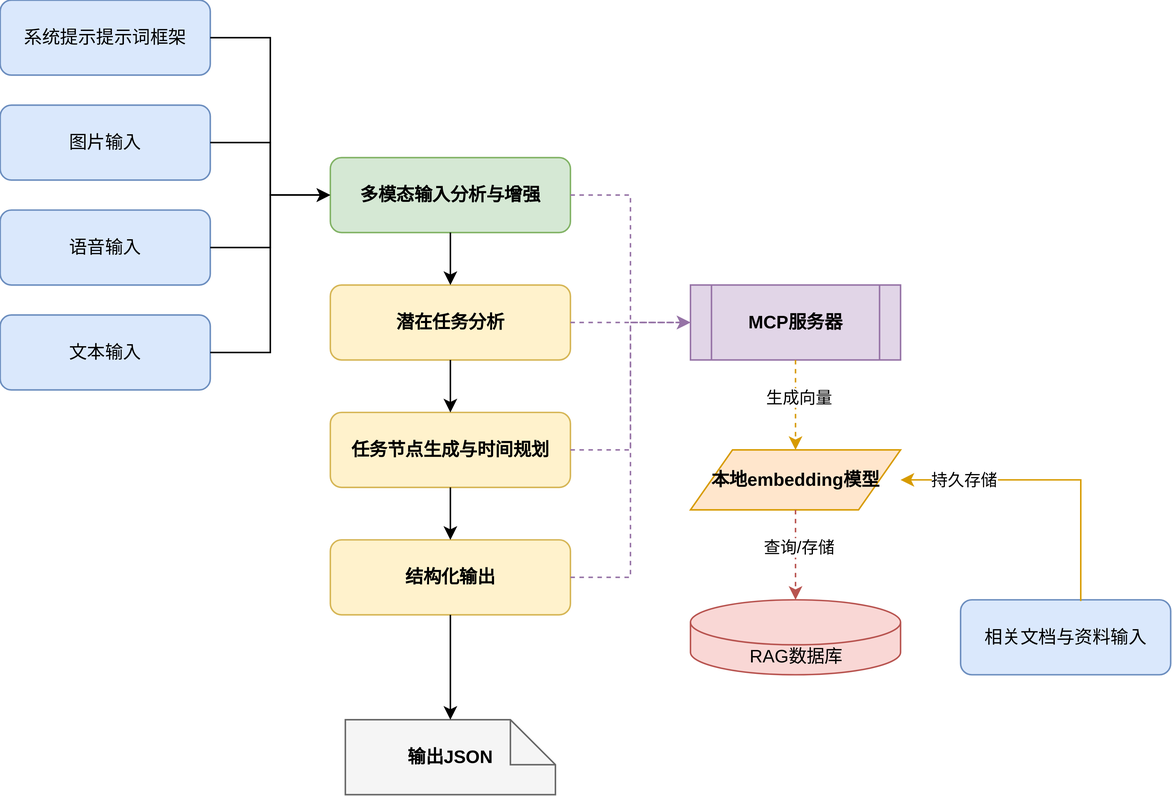
This is img/inferrence_workflow.drawio.svg from NautiPlan/NautiPlan, a draw.io export, as it was before one commit. Source tidied: cells renumbered, new cells last; positions are measured from the earlier drawing's top-left corner, leaving out a move shared by most shapes.
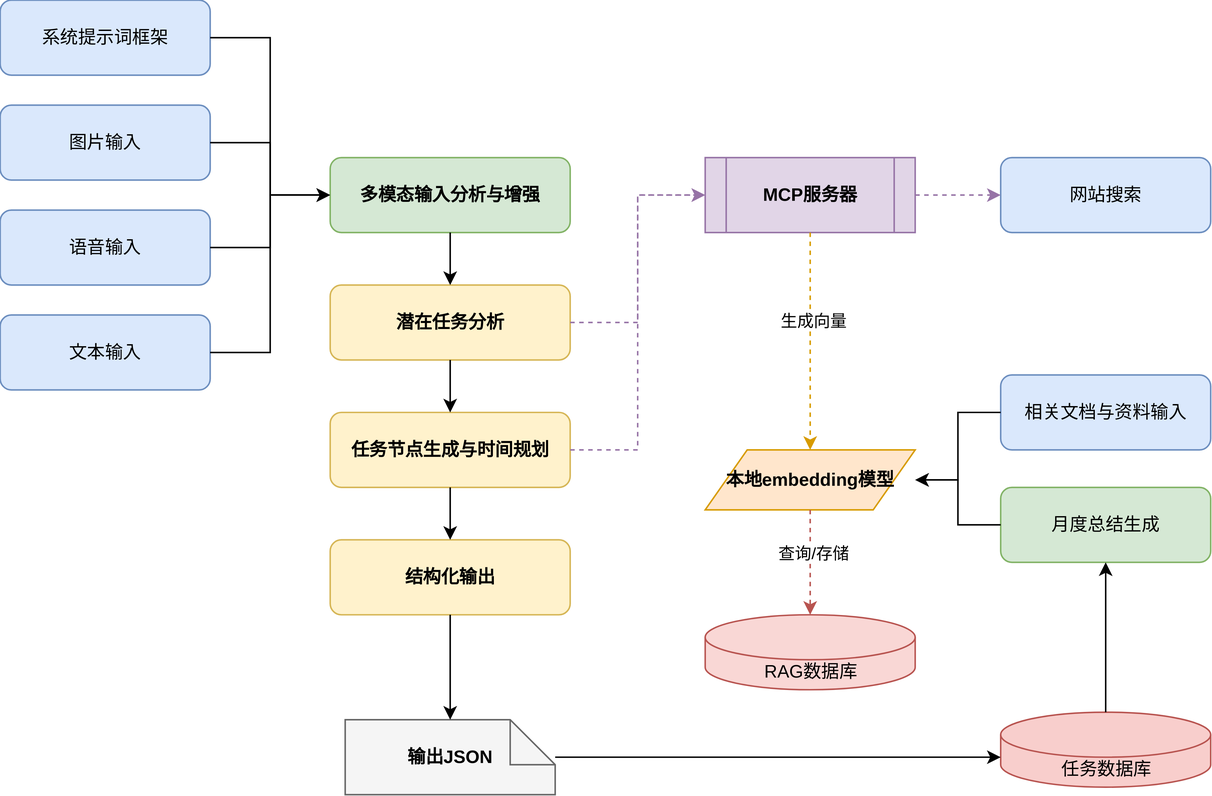
Above is the later version.

Commit message:
feat:修理AI工作流图

The edit, as a diff of the source:
```diff
@@ -2,7 +2,7 @@
   <root>
     <mxCell id="0" />
     <mxCell id="1" parent="0" />
-    <mxCell id="2" value="系统提示提示词框架" style="rounded=1;whiteSpace=wrap;html=1;fillColor=#dae8fc;strokeColor=#6c8ebf;" parent="1" vertex="1">
+    <mxCell id="2" value="系统提示词框架" style="rounded=1;whiteSpace=wrap;html=1;fillColor=#dae8fc;strokeColor=#6c8ebf;" parent="1" vertex="1">
       <mxGeometry width="140" height="50" as="geometry" />
     </mxCell>
     <mxCell id="3" value="图片输入" style="rounded=1;whiteSpace=wrap;html=1;fillColor=#dae8fc;strokeColor=#6c8ebf;" parent="1" vertex="1">
@@ -14,6 +14,12 @@
     <mxCell id="5" value="文本输入" style="rounded=1;whiteSpace=wrap;html=1;fillColor=#dae8fc;strokeColor=#6c8ebf;" parent="1" vertex="1">
       <mxGeometry y="210" width="140" height="50" as="geometry" />
     </mxCell>
+    <mxCell id="14" value="相关文档与资料输入" style="rounded=1;whiteSpace=wrap;html=1;fillColor=#dae8fc;strokeColor=#6c8ebf;" parent="1" vertex="1">
+      <mxGeometry x="667" y="250" width="140" height="50" as="geometry" />
+    </mxCell>
+    <mxCell id="33" value="网站搜索" style="rounded=1;whiteSpace=wrap;html=1;fillColor=#dae8fc;strokeColor=#6c8ebf;" parent="1" vertex="1">
+      <mxGeometry x="667" y="105" width="140" height="50" as="geometry" />
+    </mxCell>
     <mxCell id="6" value="多模态输入分析与增强" style="rounded=1;whiteSpace=wrap;html=1;fillColor=#d5e8d4;strokeColor=#82b366;fontStyle=1;" parent="1" vertex="1">
       <mxGeometry x="220" y="105" width="160" height="50" as="geometry" />
     </mxCell>
@@ -27,20 +33,23 @@
       <mxGeometry x="220" y="360" width="160" height="50" as="geometry" />
     </mxCell>
     <mxCell id="10" value="MCP服务器" style="shape=process;whiteSpace=wrap;html=1;fillColor=#e1d5e7;strokeColor=#9673a6;fontStyle=1;" parent="1" vertex="1">
-      <mxGeometry x="460" y="190" width="140" height="50" as="geometry" />
+      <mxGeometry x="470" y="105" width="140" height="50" as="geometry" />
     </mxCell>
     <mxCell id="11" value="本地embedding模型" style="shape=parallelogram;whiteSpace=wrap;html=1;fillColor=#ffe6cc;strokeColor=#d79b00;fontStyle=1;" parent="1" vertex="1">
-      <mxGeometry x="460" y="300" width="140" height="40" as="geometry" />
+      <mxGeometry x="470" y="300" width="140" height="40" as="geometry" />
     </mxCell>
     <mxCell id="12" value="RAG数据库" style="shape=cylinder3;whiteSpace=;html=1;boundedLbl=1;backgroundOutline=1;size=15;fillColor=#f8ceccce;strokeColor=#b85450;" parent="1" vertex="1">
-      <mxGeometry x="460" y="400" width="140" height="50" as="geometry" />
+      <mxGeometry x="470" y="410" width="140" height="50" as="geometry" />
     </mxCell>
     <mxCell id="13" value="输出JSON" style="shape=note;whiteSpace=wrap;html=1;fillColor=#f5f5f5;strokeColor=#666666;fontSize=12;fontStyle=1;" parent="1" vertex="1">
       <mxGeometry x="230" y="480" width="140" height="50" as="geometry" />
     </mxCell>
-    <mxCell id="14" value="相关文档与资料输入" style="rounded=1;whiteSpace=wrap;html=1;fillColor=#dae8fc;strokeColor=#6c8ebf;" parent="1" vertex="1">
-      <mxGeometry x="640" y="400" width="140" height="50" as="geometry" />
-    </mxCell>
+    <mxCell id="34" value="任务数据库" style="shape=cylinder3;whiteSpace=;html=1;boundedLbl=1;backgroundOutline=1;size=15;fillColor=#f8cecc;strokeColor=#b85450;" parent="1" vertex="1">
+      <mxGeometry x="667" y="475" width="140" height="50" as="geometry" />
+    </mxCell>
+    <mxCell id="35" value="月度总结生成" style="rounded=1;whiteSpace=wrap;html=1;fillColor=#d5e8d4;strokeColor=#82b366;" parent="1" vertex="1">
+      <mxGeometry x="667" y="325" width="140" height="50" as="geometry" />
+    </mxCell>
     <mxCell id="15" style="edgeStyle=orthogonalEdgeStyle;rounded=0;jettySize=auto;html=1;exitX=1;exitY=0.5;entryX=0;entryY=0.5;endArrow=classic;" parent="1" edge="1" source="2" target="6">
       <mxGeometry relative="1" as="geometry" />
     </mxCell>
@@ -62,18 +71,12 @@
     <mxCell id="21" style="edgeStyle=orthogonalEdgeStyle;rounded=0;jettySize=auto;html=1;exitX=0.5;exitY=1;entryX=0.5;entryY=0;endArrow=classic;" parent="1" edge="1" source="8" target="9">
       <mxGeometry relative="1" as="geometry" />
     </mxCell>
-    <mxCell id="22" style="edgeStyle=orthogonalEdgeStyle;rounded=0;jettySize=auto;html=1;exitX=1;exitY=0.5;entryX=0;entryY=0.5;endArrow=classic;strokeColor=#9673a6;dashed=1;" parent="1" edge="1" source="6" target="10">
-      <mxGeometry relative="1" as="geometry" />
-    </mxCell>
     <mxCell id="23" style="edgeStyle=orthogonalEdgeStyle;rounded=0;jettySize=auto;html=1;exitX=1;exitY=0.5;entryX=0;entryY=0.5;endArrow=classic;strokeColor=#9673a6;dashed=1;" parent="1" edge="1" source="7" target="10">
       <mxGeometry relative="1" as="geometry" />
     </mxCell>
     <mxCell id="24" style="edgeStyle=orthogonalEdgeStyle;rounded=0;jettySize=auto;html=1;exitX=1;exitY=0.5;entryX=0;entryY=0.5;endArrow=classic;strokeColor=#9673a6;dashed=1;" parent="1" edge="1" source="8" target="10">
       <mxGeometry relative="1" as="geometry" />
     </mxCell>
-    <mxCell id="25" style="edgeStyle=orthogonalEdgeStyle;rounded=0;jettySize=auto;html=1;exitX=1;exitY=0.5;entryX=0;entryY=0.5;endArrow=classic;strokeColor=#9673a6;dashed=1;" parent="1" edge="1" source="9" target="10">
-      <mxGeometry relative="1" as="geometry" />
-    </mxCell>
     <mxCell id="26" style="edgeStyle=orthogonalEdgeStyle;rounded=0;jettySize=auto;html=1;exitX=0.5;exitY=1;entryX=0.5;entryY=0;endArrow=classic;strokeColor=#d79b00;dashed=1;" parent="1" edge="1" source="10" target="11">
       <mxGeometry relative="1" as="geometry" />
     </mxCell>
@@ -89,17 +92,20 @@
     <mxCell id="30" style="edgeStyle=orthogonalEdgeStyle;rounded=0;jettySize=auto;html=1;exitX=0.5;exitY=1;entryX=0.5;entryY=0;endArrow=classic;" parent="1" edge="1" source="9" target="13">
       <mxGeometry relative="1" as="geometry" />
     </mxCell>
+    <mxCell id="36" style="edgeStyle=orthogonalEdgeStyle;rounded=0;jettySize=auto;html=1;exitX=1;exitY=0.5;entryX=0;entryY=0.5;endArrow=classic;strokeColor=#9673a6;dashed=1;" parent="1" edge="1" source="10" target="33">
+      <mxGeometry relative="1" as="geometry" />
+    </mxCell>
-    <mxCell id="31" style="edgeStyle=orthogonalEdgeStyle;rounded=0;jettySize=auto;html=1;entryX=1;entryY=0.5;endArrow=classic;strokeColor=#d79b00;entryDx=0;entryDy=0;exitX=0.572;exitY=0.016;exitDx=0;exitDy=0;exitPerimeter=0;" parent="1" edge="1" source="14" target="11">
-      <mxGeometry relative="1" as="geometry">
-        <Array as="points">
-          <mxPoint x="720" y="320" />
-        </Array>
-      </mxGeometry>
+    <mxCell id="31" style="edgeStyle=orthogonalEdgeStyle;rounded=0;jettySize=auto;html=1;" parent="1" edge="1" source="14" target="11">
+      <mxGeometry relative="1" as="geometry" />
     </mxCell>
-    <mxCell id="32" value="持久存储" style="edgeLabel;html=1;align=center;verticalAlign=middle;" parent="31" vertex="1">
-      <mxGeometry x="-0.2" y="1" relative="1" as="geometry">
-        <mxPoint x="-78" y="-1" as="offset" />
-      </mxGeometry>
-    </mxCell>
+    <mxCell id="37" style="edgeStyle=orthogonalEdgeStyle;rounded=0;jettySize=auto;html=1;" parent="1" edge="1" source="34" target="35">
+      <mxGeometry relative="1" as="geometry" />
+    </mxCell>
+    <mxCell id="38" style="edgeStyle=orthogonalEdgeStyle;rounded=0;jettySize=auto;html=1;" parent="1" edge="1" source="35" target="11">
+      <mxGeometry relative="1" as="geometry" />
+    </mxCell>
+    <mxCell id="39" style="edgeStyle=orthogonalEdgeStyle;rounded=0;jettySize=auto;html=1;entryX=0;entryY=0;entryDx=0;entryDy=30;entryPerimeter=0;" parent="1" edge="1" source="13" target="34">
+      <mxGeometry relative="1" as="geometry" />
+    </mxCell>
   </root>
 </mxGraphModel>
```
